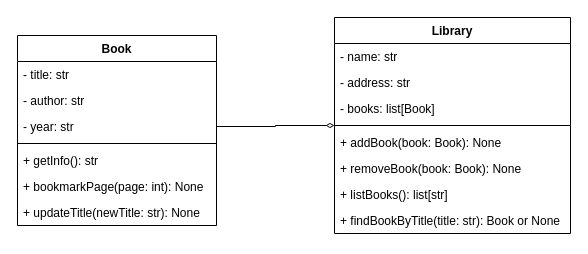
kondak12/oop_practices_2 keeps this draw.io diagram as hm_4/Task 1.drawio. Above is the earlier version. Source tidied: cells renumbered, new cells numbered last; positions are measured from the earlier drawing's top-left corner, leaving out a move shared by most shapes. Both pictures are drawn from the tidied source at 100%, with x=0, y=0 at pixel (17, 17).
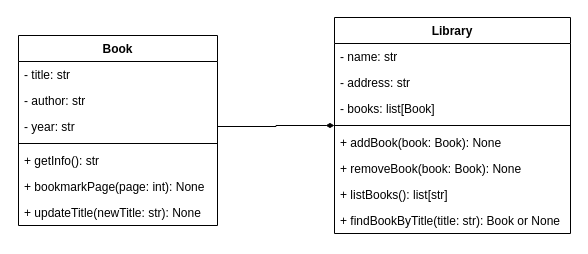
Above is the later version.

The edit, as a diff of the source:
```diff
@@
 <mxGraphModel>
   <root>
     <mxCell id="0" />
     <mxCell id="1" parent="0" />
     <mxCell id="2" value="Book" style="swimlane;fontStyle=1;align=center;verticalAlign=top;horizontal=1;startSize=26;whiteSpace=wrap;html=1;" parent="1" vertex="1">
-      <mxGeometry y="18" width="199" height="190" as="geometry" />
+      <mxGeometry x="1" y="18" width="199" height="190" as="geometry" />
     </mxCell>
     <mxCell id="3" value="-&amp;nbsp;title: str" style="text;strokeColor=none;fillColor=none;align=left;verticalAlign=top;spacingLeft=4;spacingRight=4;overflow=hidden;whiteSpace=wrap;html=1;" parent="2" vertex="1">
       <mxGeometry y="26" width="199" height="26" as="geometry" />
     </mxCell>
     <mxCell id="4" value="-&amp;nbsp;author: str" style="text;strokeColor=none;fillColor=none;align=left;verticalAlign=top;spacingLeft=4;spacingRight=4;overflow=hidden;whiteSpace=wrap;html=1;" parent="2" vertex="1">
       <mxGeometry y="52" width="199" height="26" as="geometry" />
     </mxCell>
     <mxCell id="5" value="-&amp;nbsp;year: str" style="text;strokeColor=none;fillColor=none;align=left;verticalAlign=top;spacingLeft=4;spacingRight=4;overflow=hidden;points=[[0,0.5],[1,0.5]];portConstraint=eastwest;whiteSpace=wrap;html=1;" parent="2" vertex="1">
       <mxGeometry y="78" width="199" height="26" as="geometry" />
     </mxCell>
     <mxCell id="6" style="line;strokeWidth=1;fillColor=none;align=left;verticalAlign=middle;spacingTop=-1;spacingLeft=3;spacingRight=3;labelPosition=right;strokeColor=inherit;" parent="2" vertex="1">
       <mxGeometry y="104" width="199" height="8" as="geometry" />
     </mxCell>
     <mxCell id="7" value="+&amp;nbsp;getInfo(): str" style="text;strokeColor=none;fillColor=none;align=left;verticalAlign=top;spacingLeft=4;spacingRight=4;overflow=hidden;whiteSpace=wrap;html=1;" parent="2" vertex="1">
       <mxGeometry y="112" width="199" height="26" as="geometry" />
     </mxCell>
     <mxCell id="8" value="+&amp;nbsp;bookmarkPage(page: int): None" style="text;strokeColor=none;fillColor=none;align=left;verticalAlign=top;spacingLeft=4;spacingRight=4;overflow=hidden;whiteSpace=wrap;html=1;" parent="2" vertex="1">
       <mxGeometry y="138" width="199" height="26" as="geometry" />
     </mxCell>
     <mxCell id="9" value="+&amp;nbsp;updateTitle(newTitle: str): None" style="text;strokeColor=none;fillColor=none;align=left;verticalAlign=top;spacingLeft=4;spacingRight=4;overflow=hidden;whiteSpace=wrap;html=1;" parent="2" vertex="1">
       <mxGeometry y="164" width="199" height="26" as="geometry" />
     </mxCell>
     <mxCell id="10" value="Library" style="swimlane;fontStyle=1;align=center;verticalAlign=top;horizontal=1;startSize=26;whiteSpace=wrap;html=1;" parent="1" vertex="1">
       <mxGeometry x="317" width="236" height="216" as="geometry" />
     </mxCell>
     <mxCell id="11" value="-&amp;nbsp;name: str" style="text;strokeColor=none;fillColor=none;align=left;verticalAlign=top;spacingLeft=4;spacingRight=4;overflow=hidden;whiteSpace=wrap;html=1;" parent="10" vertex="1">
       <mxGeometry y="26" width="236" height="26" as="geometry" />
     </mxCell>
     <mxCell id="12" value="-&amp;nbsp;address: str" style="text;strokeColor=none;fillColor=none;align=left;verticalAlign=top;spacingLeft=4;spacingRight=4;overflow=hidden;whiteSpace=wrap;html=1;" parent="10" vertex="1">
       <mxGeometry y="52" width="236" height="26" as="geometry" />
     </mxCell>
     <mxCell id="13" value="-&amp;nbsp;books:&amp;nbsp;list[Book]" style="text;strokeColor=none;fillColor=none;align=left;verticalAlign=top;spacingLeft=4;spacingRight=4;overflow=hidden;whiteSpace=wrap;html=1;" parent="10" vertex="1">
       <mxGeometry y="78" width="236" height="26" as="geometry" />
     </mxCell>
     <mxCell id="14" style="line;strokeWidth=1;fillColor=none;align=left;verticalAlign=middle;spacingTop=-1;spacingLeft=3;spacingRight=3;labelPosition=right;strokeColor=inherit;" parent="10" vertex="1">
       <mxGeometry y="104" width="236" height="8" as="geometry" />
     </mxCell>
     <mxCell id="15" value="+ addBook(book: Book): None" style="text;strokeColor=none;fillColor=none;align=left;verticalAlign=top;spacingLeft=4;spacingRight=4;overflow=hidden;whiteSpace=wrap;html=1;" parent="10" vertex="1">
       <mxGeometry y="112" width="236" height="26" as="geometry" />
     </mxCell>
     <mxCell id="16" value="+&amp;nbsp;removeBook(book: Book): None" style="text;strokeColor=none;fillColor=none;align=left;verticalAlign=top;spacingLeft=4;spacingRight=4;overflow=hidden;whiteSpace=wrap;html=1;" parent="10" vertex="1">
       <mxGeometry y="138" width="236" height="26" as="geometry" />
     </mxCell>
     <mxCell id="17" value="+&amp;nbsp;listBooks(): list[str]" style="text;strokeColor=none;fillColor=none;align=left;verticalAlign=top;spacingLeft=4;spacingRight=4;overflow=hidden;whiteSpace=wrap;html=1;" parent="10" vertex="1">
       <mxGeometry y="164" width="236" height="26" as="geometry" />
     </mxCell>
     <mxCell id="18" value="+&amp;nbsp;findBookByTitle(title: str): Book or None" style="text;strokeColor=none;fillColor=none;align=left;verticalAlign=top;spacingLeft=4;spacingRight=4;overflow=hidden;whiteSpace=wrap;html=1;" parent="10" vertex="1">
       <mxGeometry y="190" width="236" height="26" as="geometry" />
     </mxCell>
-    <mxCell id="19" style="edgeStyle=orthogonalEdgeStyle;rounded=0;jettySize=auto;html=1;endArrow=diamondThin;endFill=0;" parent="1" edge="1" source="5" target="10">
+    <mxCell id="19" style="edgeStyle=orthogonalEdgeStyle;rounded=0;jettySize=auto;html=1;endArrow=diamondThin;endFill=1;" parent="1" edge="1" source="5" target="10">
       <mxGeometry relative="1" as="geometry" />
     </mxCell>
   </root>
 </mxGraphModel>
```
